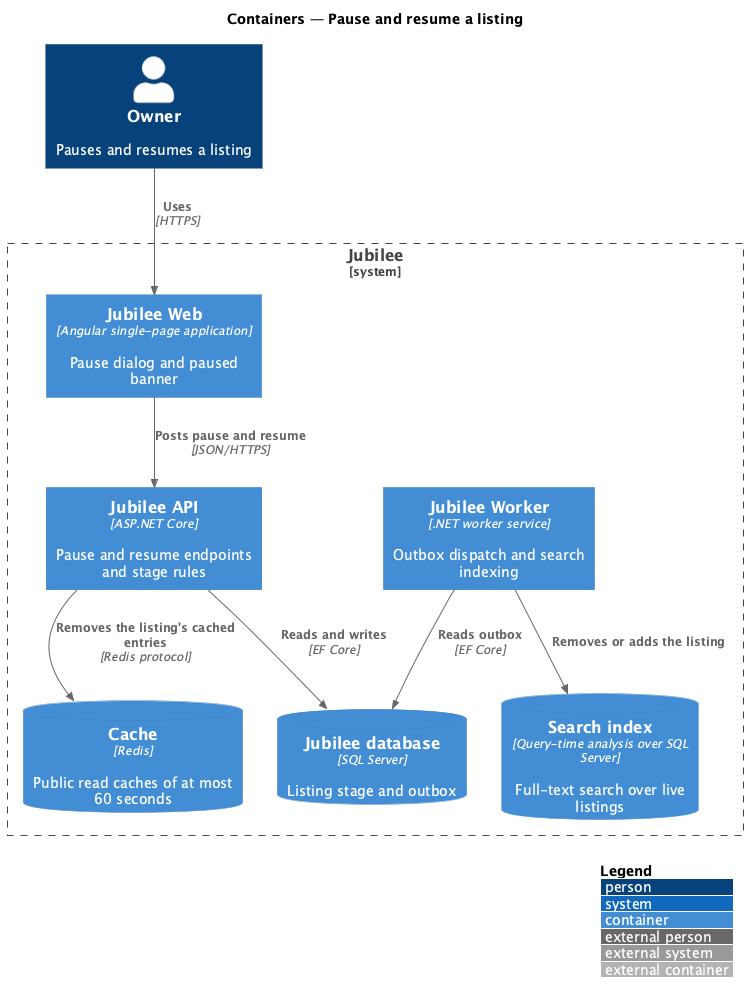
The PlantUML diagram docs/detailed-designs/owner-workspace/pause-listing/diagrams/c4-container.png in QuinntyneBrown/jubilee, before a commit.
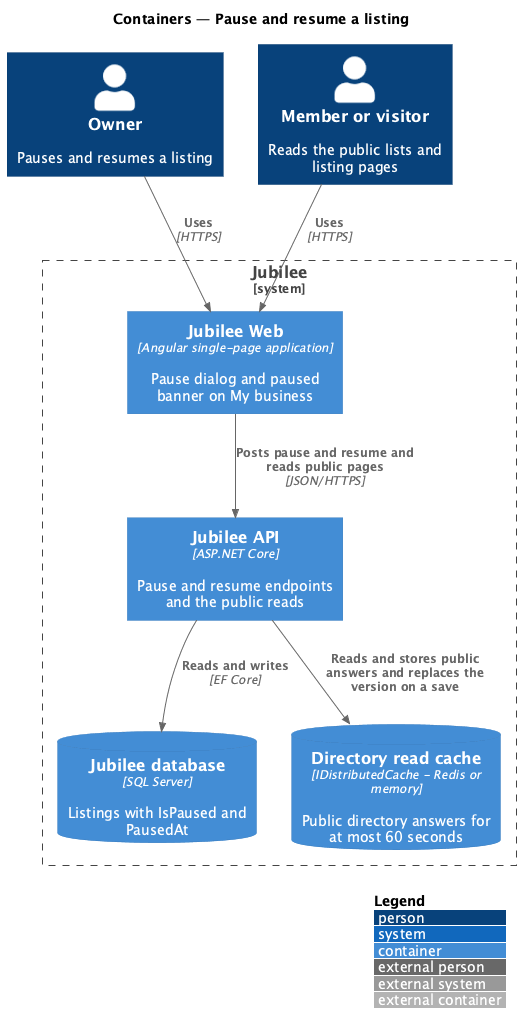
Above is the later version.

Change to the diagram source:
```diff
@@ -4,18 +4,16 @@
 title Containers — Pause and resume a listing
 
 Person(owner, "Owner", "Pauses and resumes a listing")
+Person(member, "Member or visitor", "Reads the public lists and listing pages")
 System_Boundary(jubilee, "Jubilee") {
-  Container(web, "Jubilee Web", "Angular single-page application", "Pause dialog and paused banner")
-  Container(api, "Jubilee API", "ASP.NET Core", "Pause and resume endpoints and stage rules")
-  Container(worker, "Jubilee Worker", ".NET worker service", "Outbox dispatch and search indexing")
-  ContainerDb(db, "Jubilee database", "SQL Server", "Listing stage and outbox")
-  ContainerDb(cache, "Cache", "Redis", "Public read caches of at most 60 seconds")
-  ContainerDb(search, "Search index", "Query-time analysis over SQL Server", "Full-text search over live listings")
+  Container(web, "Jubilee Web", "Angular single-page application", "Pause dialog and paused banner on My business")
+  Container(api, "Jubilee API", "ASP.NET Core", "Pause and resume endpoints and the public reads")
+  ContainerDb(db, "Jubilee database", "SQL Server", "Listings with IsPaused and PausedAt")
+  ContainerDb(cache, "Directory read cache", "IDistributedCache - Redis or memory", "Public directory answers for at most 60 seconds")
 }
 Rel(owner, web, "Uses", "HTTPS")
-Rel(web, api, "Posts pause and resume", "JSON/HTTPS")
+Rel(member, web, "Uses", "HTTPS")
+Rel(web, api, "Posts pause and resume and reads public pages", "JSON/HTTPS")
 Rel(api, db, "Reads and writes", "EF Core")
-Rel(api, cache, "Removes the listing's cached entries", "Redis protocol")
-Rel(worker, db, "Reads outbox", "EF Core")
-Rel(worker, search, "Removes or adds the listing")
+Rel(api, cache, "Reads and stores public answers and replaces the version on a save")
 @enduml
```
